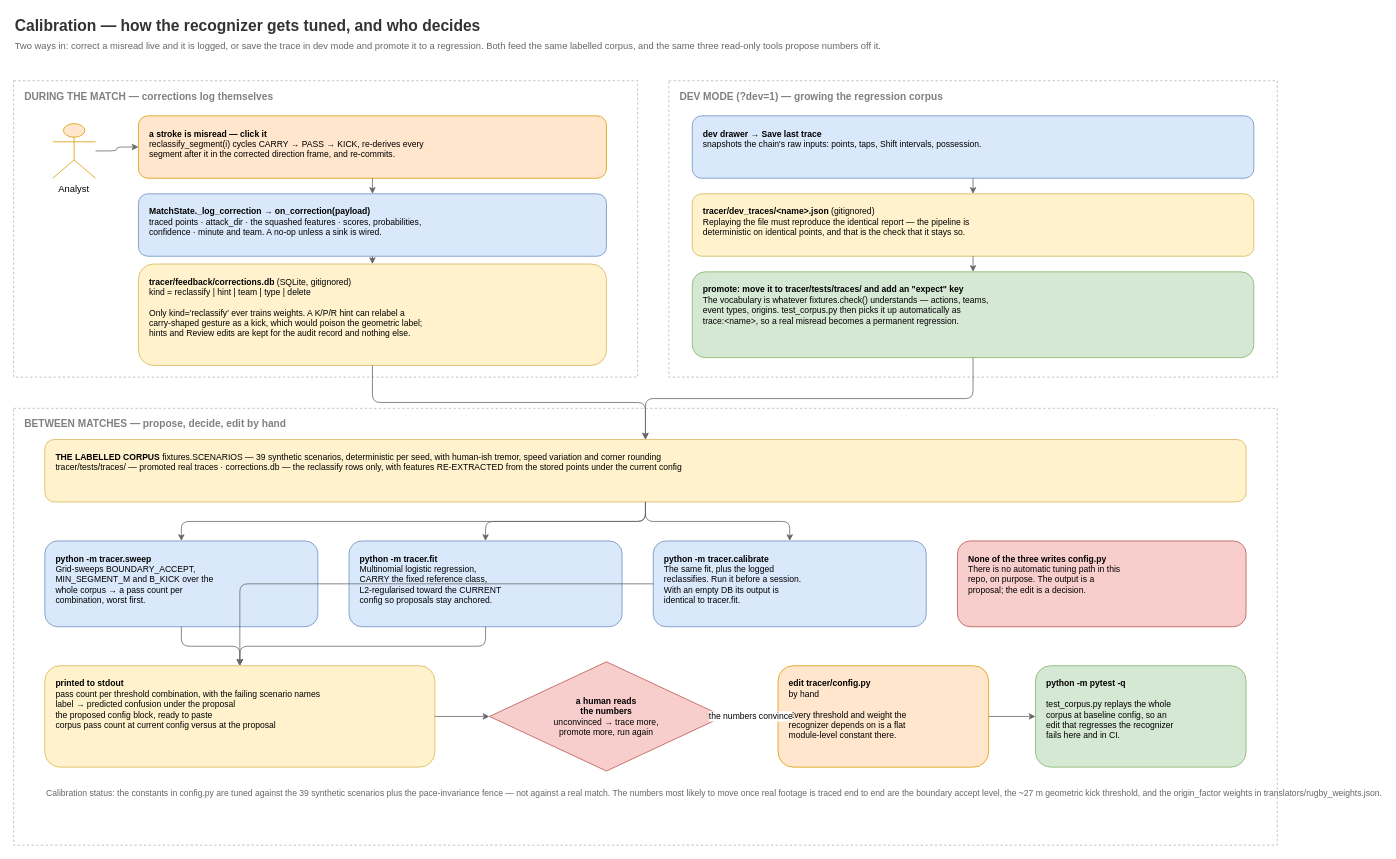
This is docs/diagrams/calibration-loop.drawio from JFrusher/phase-trace, a draw.io file, before an edit. Source tidied: cells renumbered, new cells numbered last; positions are measured from the earlier drawing's top-left corner, leaving out a move shared by most shapes. Both pictures are drawn from the tidied source at 78%, with x=0, y=0 at pixel (13, 13).
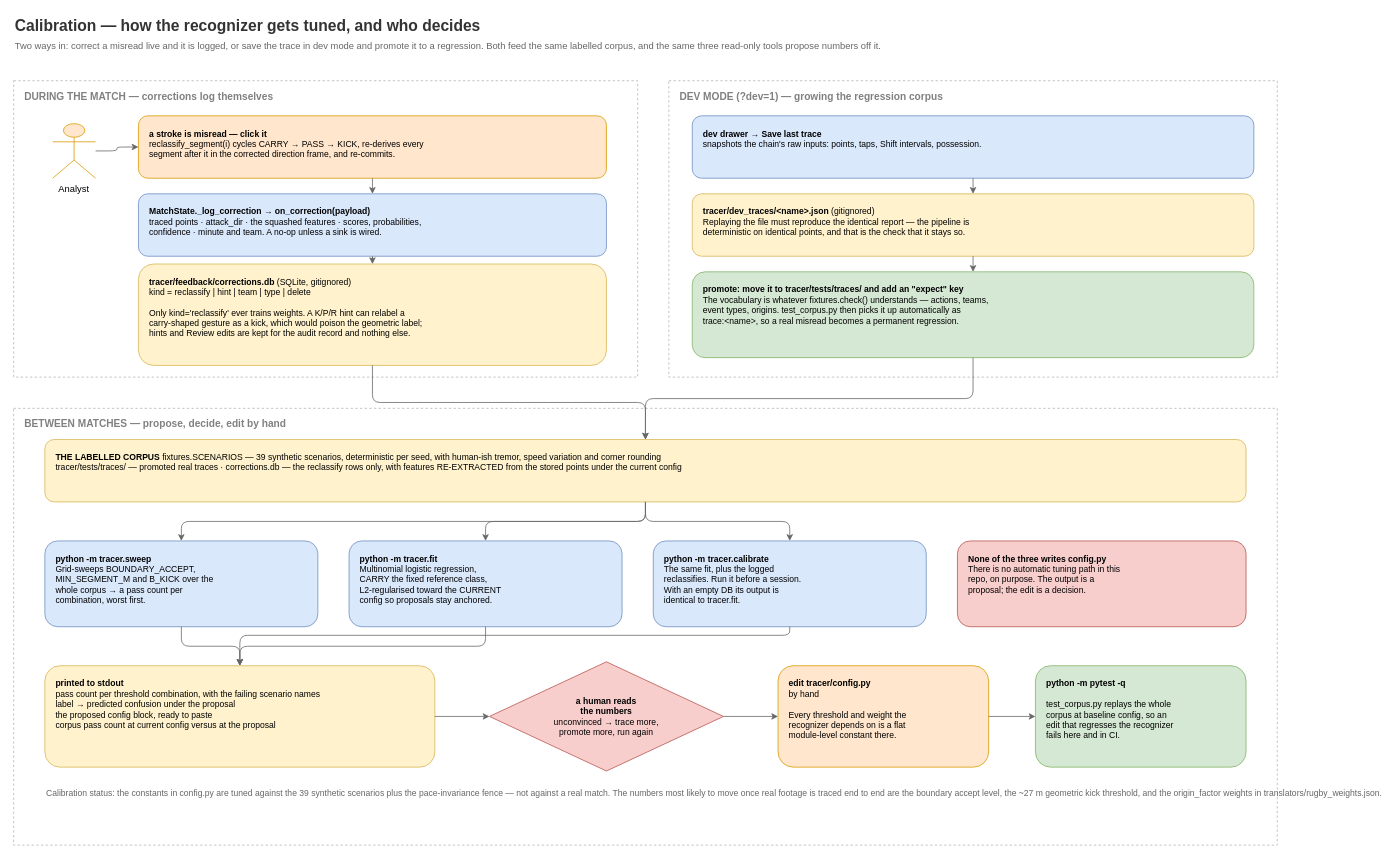
Above is the later version.

Unchanged cells that the change refers to:
```xml
<mxCell id="17" value="&lt;b&gt;python -m tracer.calibrate&lt;/b&gt;&#10;The same fit, plus the logged&#10;reclassifies. Run it before a session.&#10;With an empty DB its output is&#10;identical to tracer.fit." style="rounded=1;whiteSpace=wrap;html=1;fillColor=#dae8fc;strokeColor=#6c8ebf;fontSize=11;align=left;spacingLeft=12;verticalAlign=top;spacingTop=10;" parent="1" vertex="1">
  <mxGeometry x="820" y="676" width="350" height="110" as="geometry" />
</mxCell>
<mxCell id="19" value="&lt;b&gt;printed to stdout&lt;/b&gt;&#10;pass count per threshold combination, with the failing scenario names&#10;label → predicted confusion under the proposal&#10;the proposed config block, ready to paste&#10;corpus pass count at current config versus at the proposal" style="rounded=1;whiteSpace=wrap;html=1;fillColor=#fff2cc;strokeColor=#d6b656;fontSize=11;align=left;spacingLeft=12;verticalAlign=top;spacingTop=10;" parent="1" vertex="1">
  <mxGeometry x="40" y="836" width="500" height="130" as="geometry" />
</mxCell>
<mxCell id="20" value="&lt;b&gt;a human reads&#10;the numbers&lt;/b&gt;&#10;unconvinced → trace more,&#10;promote more, run again" style="rhombus;whiteSpace=wrap;html=1;fillColor=#f8cecc;strokeColor=#b85450;fontSize=11;" parent="1" vertex="1">
  <mxGeometry x="610" y="831" width="300" height="140" as="geometry" />
</mxCell>
<mxCell id="21" value="&lt;b&gt;edit tracer/config.py&lt;/b&gt;&#10;by hand&#10;&#10;Every threshold and weight the&#10;recognizer depends on is a flat&#10;module-level constant there." style="rounded=1;whiteSpace=wrap;html=1;fillColor=#ffe6cc;strokeColor=#d79b00;fontSize=11;align=left;spacingLeft=12;verticalAlign=top;spacingTop=10;" parent="1" vertex="1">
  <mxGeometry x="980" y="836" width="270" height="130" as="geometry" />
</mxCell>
```

The edit, as a diff of the source:
```diff
@@
     <mxCell id="36" style="edgeStyle=orthogonalEdgeStyle;rounded=1;html=1;strokeColor=#666666;" parent="1" edge="1" source="17" target="19">
-      <mxGeometry relative="1" as="geometry" />
+      <mxGeometry relative="1" as="geometry">
+        <Array as="points">
+          <mxPoint x="995" y="797" />
+          <mxPoint x="290" y="797" />
+        </Array>
+      </mxGeometry>
     </mxCell>
@@
-    <mxCell id="38" value="the numbers convince" style="edgeStyle=orthogonalEdgeStyle;rounded=1;html=1;strokeColor=#666666;fontSize=11;" parent="1" edge="1" source="20" target="21">
-      <mxGeometry relative="1" as="geometry" />
+    <mxCell id="38" style="edgeStyle=orthogonalEdgeStyle;rounded=1;html=1;strokeColor=#666666;fontSize=11;" parent="1" edge="1" source="20" target="21">
+      <mxGeometry x="-0.91" y="36" relative="1" as="geometry" />
     </mxCell>
```
